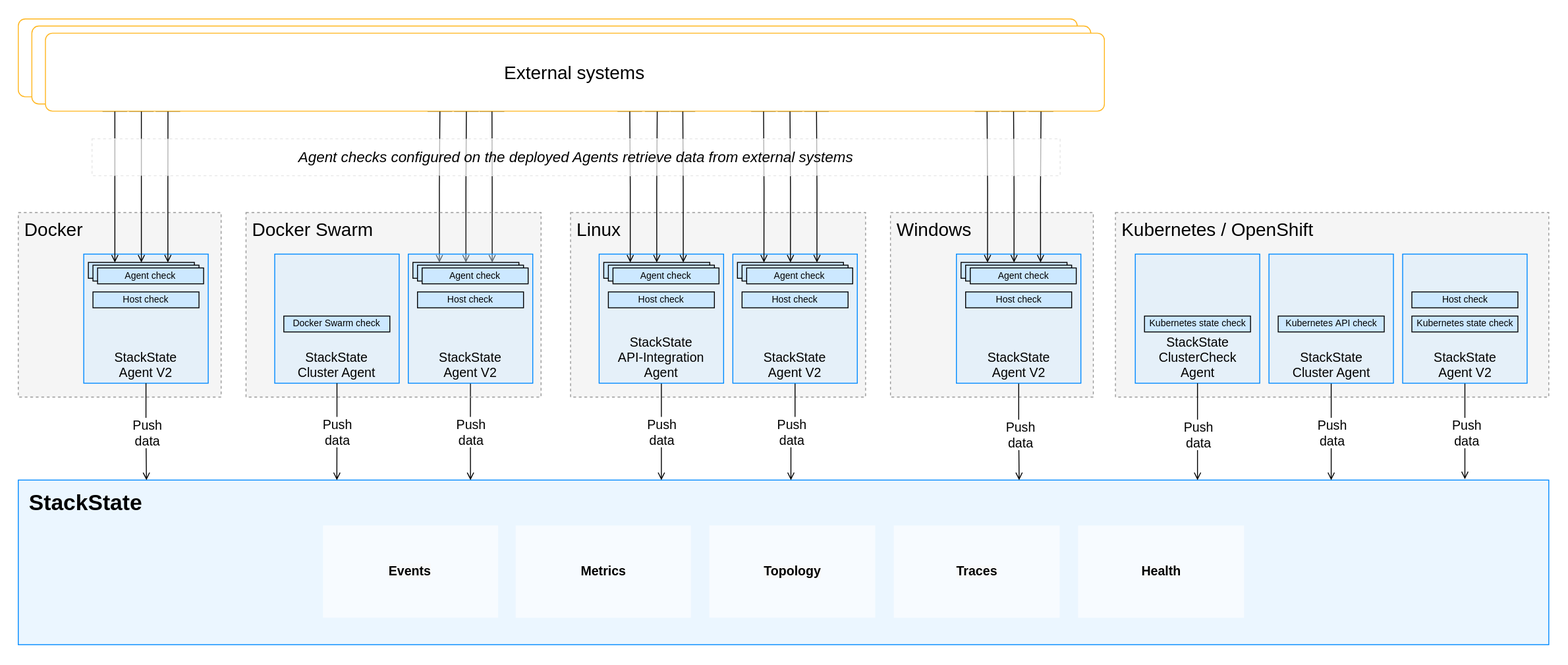
StackVista/stackstate-docs keeps this draw.io diagram as .gitbook/assets/stackstate-agent.svg. Above is the earlier version. Source tidied: cells renumbered, new cells last; positions are measured from the earlier drawing's top-left corner, leaving out a move shared by most shapes.
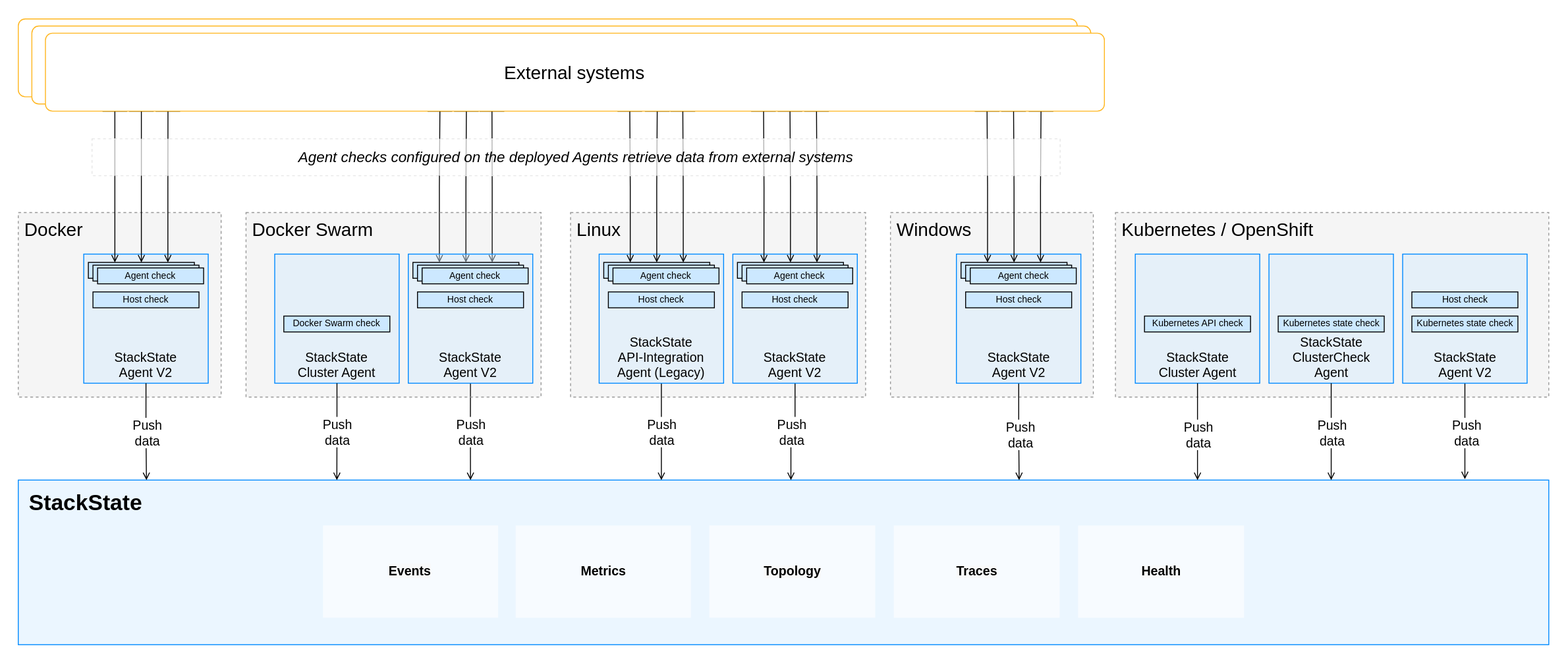
After the commit.

Commit message:
update diagram and description

Change to the diagram source:
```diff
@@ -8,7 +8,10 @@
     <mxCell id="3" value="&lt;font style=&quot;font-size: 20px&quot;&gt;Kubernetes / OpenShift&lt;/font&gt;" style="rounded=0;whiteSpace=wrap;html=1;align=left;arcSize=9;verticalAlign=top;strokeColor=#999999;dashed=1;fillColor=#999999;fillOpacity=10;spacingTop=0;spacingLeft=5;" parent="1" vertex="1">
       <mxGeometry x="1208" y="230" width="470" height="200" as="geometry" />
     </mxCell>
+    <mxCell id="117" value="&lt;span style=&quot;font-style: normal&quot;&gt;&lt;font style=&quot;font-size: 14px&quot;&gt;StackState&lt;br&gt;ClusterCheck&lt;br&gt;Agent&lt;br&gt;&lt;/font&gt;&lt;/span&gt;" style="rounded=0;whiteSpace=wrap;html=1;strokeWidth=1;strokeColor=#008AFF;fontStyle=2;fillColor=#CCE8FF;fillOpacity=40;verticalAlign=bottom;" parent="1" vertex="1">
+      <mxGeometry x="1374.5" y="275" width="135" height="140" as="geometry" />
+    </mxCell>
-    <mxCell id="4" value="&lt;span style=&quot;font-style: normal&quot;&gt;&lt;font style=&quot;font-size: 14px&quot;&gt;StackState&lt;br&gt;ClusterCheck&lt;br&gt;Agent&lt;br&gt;&lt;/font&gt;&lt;/span&gt;" style="rounded=0;whiteSpace=wrap;html=1;strokeWidth=1;strokeColor=#008AFF;fontStyle=2;fillColor=#CCE8FF;fillOpacity=40;verticalAlign=bottom;" parent="1" vertex="1">
+    <mxCell id="4" value="&lt;span style=&quot;font-style: normal&quot;&gt;&lt;font style=&quot;font-size: 14px&quot;&gt;StackState&lt;br&gt;Cluster Agent&lt;br&gt;&lt;/font&gt;&lt;/span&gt;" style="rounded=0;whiteSpace=wrap;html=1;strokeWidth=1;strokeColor=#008AFF;fontStyle=2;fillColor=#CCE8FF;fillOpacity=40;verticalAlign=bottom;" parent="1" vertex="1">
       <mxGeometry x="1229.5" y="275" width="135" height="140" as="geometry" />
     </mxCell>
     <mxCell id="5" value="&lt;span style=&quot;font-style: normal&quot;&gt;&lt;font style=&quot;font-size: 24px&quot;&gt;&lt;b&gt;StackState&lt;/b&gt;&lt;/font&gt;&lt;br&gt;&lt;/span&gt;" style="rounded=0;whiteSpace=wrap;html=1;strokeWidth=1;strokeColor=#008AFF;fontStyle=2;fillColor=#CCE8FF;fillOpacity=40;verticalAlign=top;align=left;labelPadding=11;spacingLeft=10;spacingTop=4;" parent="1" vertex="1">
@@ -63,7 +66,7 @@
         <mxPoint y="-15" as="offset" />
       </mxGeometry>
     </mxCell>
-    <mxCell id="21" value="&lt;span style=&quot;font-size: 14px ; font-style: normal&quot;&gt;StackState&lt;/span&gt;&lt;br style=&quot;font-size: 14px ; font-style: normal&quot;&gt;&lt;span style=&quot;font-size: 14px ; font-style: normal&quot;&gt;API-Integration Agent&lt;/span&gt;" style="rounded=0;whiteSpace=wrap;html=1;strokeWidth=1;strokeColor=#008AFF;fontStyle=2;fillColor=#CCE8FF;fillOpacity=40;verticalAlign=bottom;" parent="1" vertex="1">
+    <mxCell id="21" value="&lt;span style=&quot;font-size: 14px ; font-style: normal&quot;&gt;StackState&lt;/span&gt;&lt;br style=&quot;font-size: 14px ; font-style: normal&quot;&gt;&lt;span style=&quot;font-size: 14px ; font-style: normal&quot;&gt;API-Integration Agent (Legacy)&lt;/span&gt;" style="rounded=0;whiteSpace=wrap;html=1;strokeWidth=1;strokeColor=#008AFF;fontStyle=2;fillColor=#CCE8FF;fillOpacity=40;verticalAlign=bottom;" parent="1" vertex="1">
       <mxGeometry x="648" y="275" width="135" height="140" as="geometry" />
     </mxCell>
     <mxCell id="22" style="edgeStyle=orthogonalEdgeStyle;rounded=0;jettySize=auto;html=1;entryX=0.5;entryY=0;entryDx=0;entryDy=0;endArrow=open;endFill=0;" parent="1" edge="1" source="24" target="94">
@@ -97,8 +100,9 @@
         <mxPoint x="-1" y="-2" as="offset" />
       </mxGeometry>
     </mxCell>
-    <mxCell id="29" style="edgeStyle=orthogonalEdgeStyle;rounded=0;jettySize=auto;html=1;exitX=0.5;exitY=1;exitDx=0;exitDy=0;endArrow=open;endFill=0;" parent="1" edge="1" source="44">
+    <mxCell id="29" style="edgeStyle=orthogonalEdgeStyle;rounded=0;orthogonalLoop=1;jettySize=auto;html=1;exitX=0.5;exitY=1;exitDx=0;exitDy=0;endArrow=open;endFill=0;" parent="1" edge="1">
       <mxGeometry relative="1" as="geometry">
+        <mxPoint x="1442" y="415" as="sourcePoint" />
         <mxPoint x="1442" y="520" as="targetPoint" />
       </mxGeometry>
     </mxCell>
@@ -156,16 +160,13 @@
     <mxCell id="43" style="edgeStyle=orthogonalEdgeStyle;rounded=0;jettySize=auto;html=1;exitX=0.75;exitY=0;exitDx=0;exitDy=0;startArrow=open;startFill=0;endArrow=none;endFill=0;entryX=0.5;entryY=1;entryDx=0;entryDy=0;" parent="1" edge="1" source="61" target="109">
       <mxGeometry relative="1" as="geometry" />
     </mxCell>
-    <mxCell id="44" value="&lt;span style=&quot;font-style: normal&quot;&gt;&lt;font style=&quot;font-size: 14px&quot;&gt;StackState&lt;br&gt;Cluster Agent&lt;/font&gt;&lt;/span&gt;" style="rounded=0;whiteSpace=wrap;html=1;strokeWidth=1;strokeColor=#008AFF;fontStyle=2;fillColor=#CCE8FF;fillOpacity=40;verticalAlign=bottom;" parent="1" vertex="1">
-      <mxGeometry x="1374.5" y="275" width="135" height="140" as="geometry" />
-    </mxCell>
     <mxCell id="45" value="&lt;span style=&quot;font-size: 14px ; font-style: normal&quot;&gt;StackState&lt;/span&gt;&lt;br style=&quot;font-size: 14px ; font-style: normal&quot;&gt;&lt;span style=&quot;font-size: 14px ; font-style: normal&quot;&gt;Agent V2&lt;/span&gt;&lt;span style=&quot;font-style: normal&quot;&gt;&lt;font style=&quot;font-size: 14px&quot;&gt;&lt;br&gt;&lt;/font&gt;&lt;/span&gt;" style="rounded=0;whiteSpace=wrap;html=1;strokeWidth=1;strokeColor=#008AFF;fontStyle=2;fillColor=#CCE8FF;fillOpacity=40;verticalAlign=bottom;" parent="1" vertex="1">
       <mxGeometry x="1519.5" y="275" width="135" height="140" as="geometry" />
     </mxCell>
     <mxCell id="46" value="&lt;font style=&quot;font-size: 10px ; font-style: normal&quot;&gt;Host&amp;nbsp;&lt;/font&gt;&lt;span style=&quot;font-size: 10px ; font-style: normal&quot;&gt;check&lt;/span&gt;" style="rounded=0;whiteSpace=wrap;html=1;strokeWidth=1;fontStyle=2;fillColor=#CCE8FF;fillOpacity=100;verticalAlign=bottom;" parent="1" vertex="1">
       <mxGeometry x="1529.5" y="316" width="115" height="17.2" as="geometry" />
     </mxCell>
-    <mxCell id="47" value="&lt;span style=&quot;font-style: normal&quot;&gt;&lt;font style=&quot;font-size: 10px&quot;&gt;Kubernetes state check&lt;/font&gt;&lt;/span&gt;" style="rounded=0;whiteSpace=wrap;html=1;strokeWidth=1;fontStyle=2;fillColor=#CCE8FF;fillOpacity=100;verticalAlign=bottom;" parent="1" vertex="1">
+    <mxCell id="47" value="&lt;span style=&quot;font-style: normal&quot;&gt;&lt;font style=&quot;font-size: 10px&quot;&gt;Kubernetes API check&lt;/font&gt;&lt;/span&gt;" style="rounded=0;whiteSpace=wrap;html=1;strokeWidth=1;fontStyle=2;fillColor=#CCE8FF;fillOpacity=100;verticalAlign=bottom;" parent="1" vertex="1">
       <mxGeometry x="1239.5" y="342.2" width="115" height="17.2" as="geometry" />
     </mxCell>
     <mxCell id="48" value="&lt;span style=&quot;font-size: 10px ; font-style: normal&quot;&gt;Kubernetes state check&lt;/span&gt;" style="rounded=0;whiteSpace=wrap;html=1;strokeWidth=1;fontStyle=2;fillColor=#CCE8FF;fillOpacity=100;verticalAlign=bottom;" parent="1" vertex="1">
@@ -216,7 +217,7 @@
     <mxCell id="63" value="&lt;span style=&quot;font-style: normal&quot;&gt;&lt;font style=&quot;font-size: 10px&quot;&gt;Agent check&lt;/font&gt;&lt;/span&gt;" style="rounded=0;whiteSpace=wrap;html=1;strokeWidth=1;fontStyle=2;fillColor=#CCE8FF;fillOpacity=100;verticalAlign=bottom;" parent="60" vertex="1">
       <mxGeometry x="10" y="6" width="115" height="17.2" as="geometry" />
     </mxCell>
-    <mxCell id="64" value="&lt;font style=&quot;font-size: 10px ; font-style: normal&quot;&gt;Kubernetes&lt;/font&gt;&lt;span style=&quot;font-size: 10px ; font-style: normal&quot;&gt;&amp;nbsp;API check&lt;/span&gt;" style="rounded=0;whiteSpace=wrap;html=1;strokeWidth=1;fontStyle=2;fillColor=#CCE8FF;fillOpacity=100;verticalAlign=bottom;" parent="1" vertex="1">
+    <mxCell id="64" value="&lt;font style=&quot;font-size: 10px ; font-style: normal&quot;&gt;Kubernetes&lt;/font&gt;&lt;span style=&quot;font-size: 10px ; font-style: normal&quot;&gt;&amp;nbsp;state check&lt;/span&gt;" style="rounded=0;whiteSpace=wrap;html=1;strokeWidth=1;fontStyle=2;fillColor=#CCE8FF;fillOpacity=100;verticalAlign=bottom;" parent="1" vertex="1">
       <mxGeometry x="1384.5" y="342.2" width="115" height="17.2" as="geometry" />
     </mxCell>
     <mxCell id="65" value="&lt;font style=&quot;font-size: 20px&quot;&gt;Docker Swarm&lt;/font&gt;" style="rounded=0;whiteSpace=wrap;html=1;align=left;arcSize=9;verticalAlign=top;strokeColor=#999999;dashed=1;fillColor=#999999;fillOpacity=10;spacingTop=0;spacingLeft=5;" parent="1" vertex="1">
```
